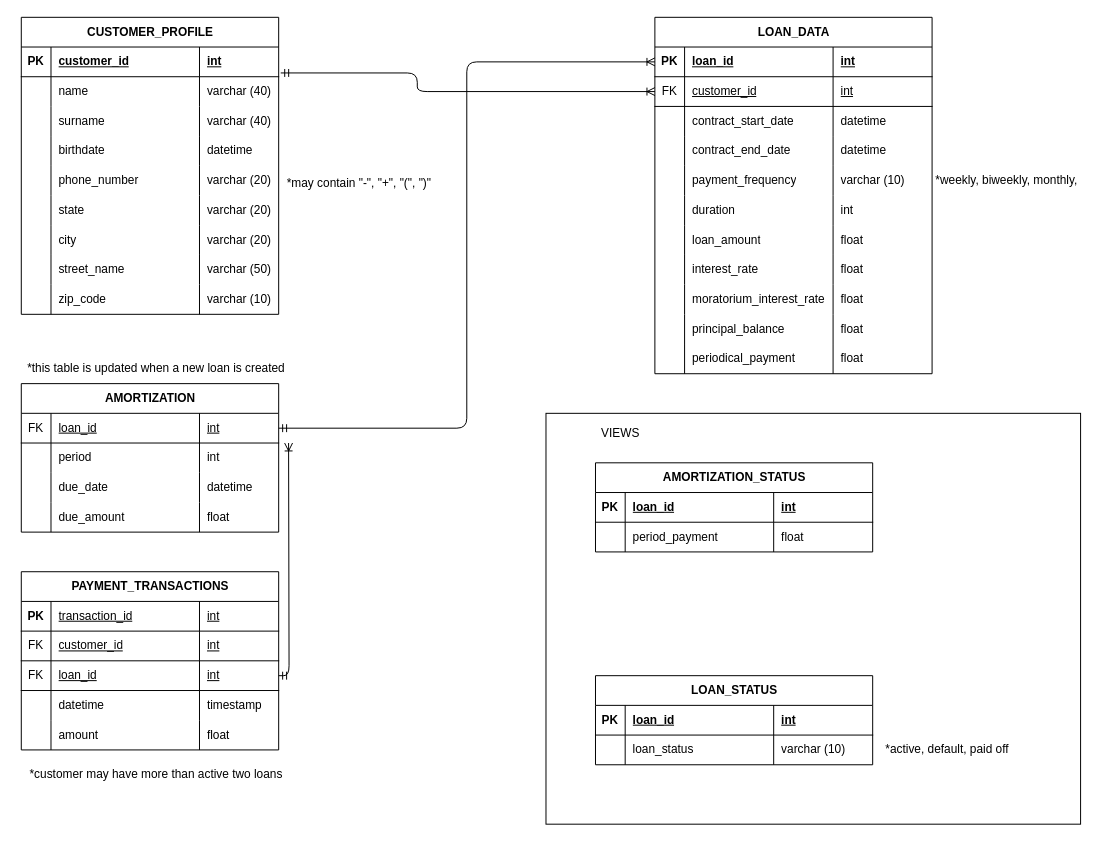
saul-soto/business-case-assessment keeps this draw.io diagram as Diagrama sin título.drawio. Above is the earlier version. Source tidied: cells renumbered, new cells numbered last; positions are measured from the earlier drawing's top-left corner, leaving out a move shared by most shapes. Both pictures are drawn from the tidied source at 99%, with x=0, y=0 at pixel (17, 17).
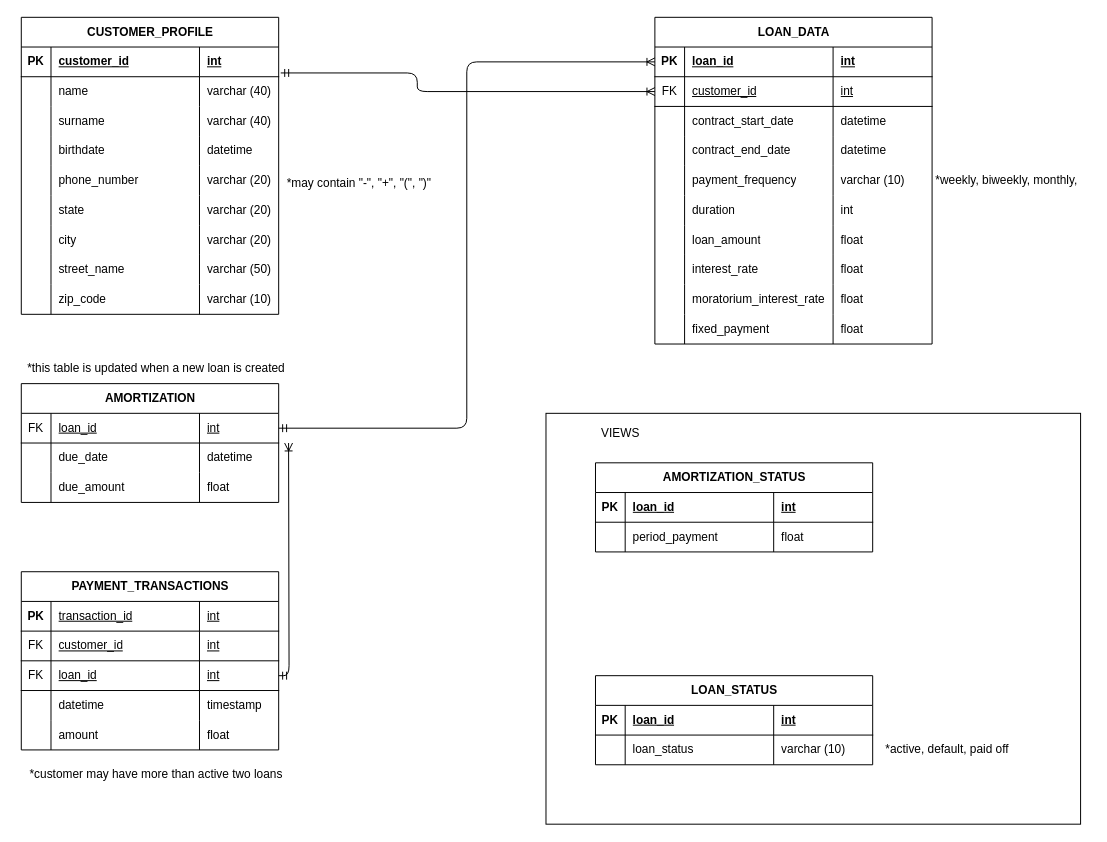
The same diagram, later.

Diff of the diagram source:
```diff
@@
     <mxCell id="41" value="LOAN_DATA" style="shape=table;startSize=30;childLayout=tableLayout;rowLines=0;fontStyle=1;align=center;html=1;" parent="1" vertex="1">
-      <mxGeometry x="644" width="280" height="360" as="geometry" />
+      <mxGeometry x="644" width="280" height="330" as="geometry" />
     </mxCell>
@@
-    <mxCell id="78" style="shape=tableRow;horizontal=0;startSize=0;swimlaneHead=0;swimlaneBody=0;fillColor=none;top=0;left=0;right=0;bottom=0;" parent="41" vertex="1">
-      <mxGeometry y="300" width="280" height="30" as="geometry" />
-    </mxCell>
-    <mxCell id="79" style="shape=partialRectangle;fillColor=none;top=0;left=0;bottom=0;right=0;overflow=hidden;whiteSpace=wrap;html=1;" parent="78" vertex="1">
-      <mxGeometry width="30" height="30" as="geometry" />
-    </mxCell>
-    <mxCell id="80" value="principal_balance" style="shape=partialRectangle;fillColor=none;top=0;left=0;bottom=0;right=0;align=left;spacingLeft=6;overflow=hidden;whiteSpace=wrap;html=1;" parent="78" vertex="1">
-      <mxGeometry x="30" width="150" height="30" as="geometry" />
-    </mxCell>
-    <mxCell id="81" value="float" style="shape=partialRectangle;fillColor=none;top=0;left=0;bottom=0;right=0;align=left;spacingLeft=6;overflow=hidden;whiteSpace=wrap;html=1;" parent="78" vertex="1">
-      <mxGeometry x="180" width="100" height="30" as="geometry" />
-    </mxCell>
     <mxCell id="82" style="shape=tableRow;horizontal=0;startSize=0;swimlaneHead=0;swimlaneBody=0;fillColor=none;top=0;left=0;right=0;bottom=0;" parent="41" vertex="1">
-      <mxGeometry y="330" width="280" height="30" as="geometry" />
+      <mxGeometry y="300" width="280" height="30" as="geometry" />
     </mxCell>
@@
-    <mxCell id="84" value="periodical_payment" style="shape=partialRectangle;fillColor=none;top=0;left=0;bottom=0;right=0;align=left;spacingLeft=6;overflow=hidden;whiteSpace=wrap;html=1;" parent="82" vertex="1">
+    <mxCell id="84" value="fixed_payment" style="shape=partialRectangle;fillColor=none;top=0;left=0;bottom=0;right=0;align=left;spacingLeft=6;overflow=hidden;whiteSpace=wrap;html=1;" parent="82" vertex="1">
       <mxGeometry x="30" width="150" height="30" as="geometry" />
     </mxCell>
@@
     <mxCell id="109" value="AMORTIZATION" style="shape=table;startSize=30;childLayout=tableLayout;rowLines=0;fontStyle=1;align=center;html=1;" parent="1" vertex="1">
-      <mxGeometry x="4" y="370" width="260" height="150" as="geometry" />
+      <mxGeometry x="4" y="370" width="260" height="120" as="geometry" />
     </mxCell>
@@
-    <mxCell id="114" style="shape=tableRow;horizontal=0;startSize=0;swimlaneHead=0;swimlaneBody=0;fillColor=none;top=0;left=0;right=0;bottom=0;" parent="109" vertex="1">
-      <mxGeometry y="60" width="260" height="30" as="geometry" />
-    </mxCell>
-    <mxCell id="115" style="shape=partialRectangle;fillColor=none;top=0;left=0;bottom=0;right=0;overflow=hidden;whiteSpace=wrap;html=1;" parent="114" vertex="1">
-      <mxGeometry width="30" height="30" as="geometry" />
-    </mxCell>
-    <mxCell id="116" value="period" style="shape=partialRectangle;fillColor=none;top=0;left=0;bottom=0;right=0;align=left;spacingLeft=6;overflow=hidden;whiteSpace=wrap;html=1;" parent="114" vertex="1">
-      <mxGeometry x="30" width="150" height="30" as="geometry" />
-    </mxCell>
-    <mxCell id="117" value="int" style="shape=partialRectangle;fillColor=none;top=0;left=0;bottom=0;right=0;align=left;spacingLeft=6;overflow=hidden;whiteSpace=wrap;html=1;" parent="114" vertex="1">
-      <mxGeometry x="180" width="80" height="30" as="geometry" />
-    </mxCell>
     <mxCell id="118" style="shape=tableRow;horizontal=0;startSize=0;swimlaneHead=0;swimlaneBody=0;fillColor=none;top=0;left=0;right=0;bottom=0;" parent="109" vertex="1">
-      <mxGeometry y="90" width="260" height="30" as="geometry" />
+      <mxGeometry y="60" width="260" height="30" as="geometry" />
     </mxCell>
@@
     <mxCell id="122" style="shape=tableRow;horizontal=0;startSize=0;swimlaneHead=0;swimlaneBody=0;fillColor=none;top=0;left=0;right=0;bottom=0;" parent="109" vertex="1">
-      <mxGeometry y="120" width="260" height="30" as="geometry" />
+      <mxGeometry y="90" width="260" height="30" as="geometry" />
     </mxCell>
```
